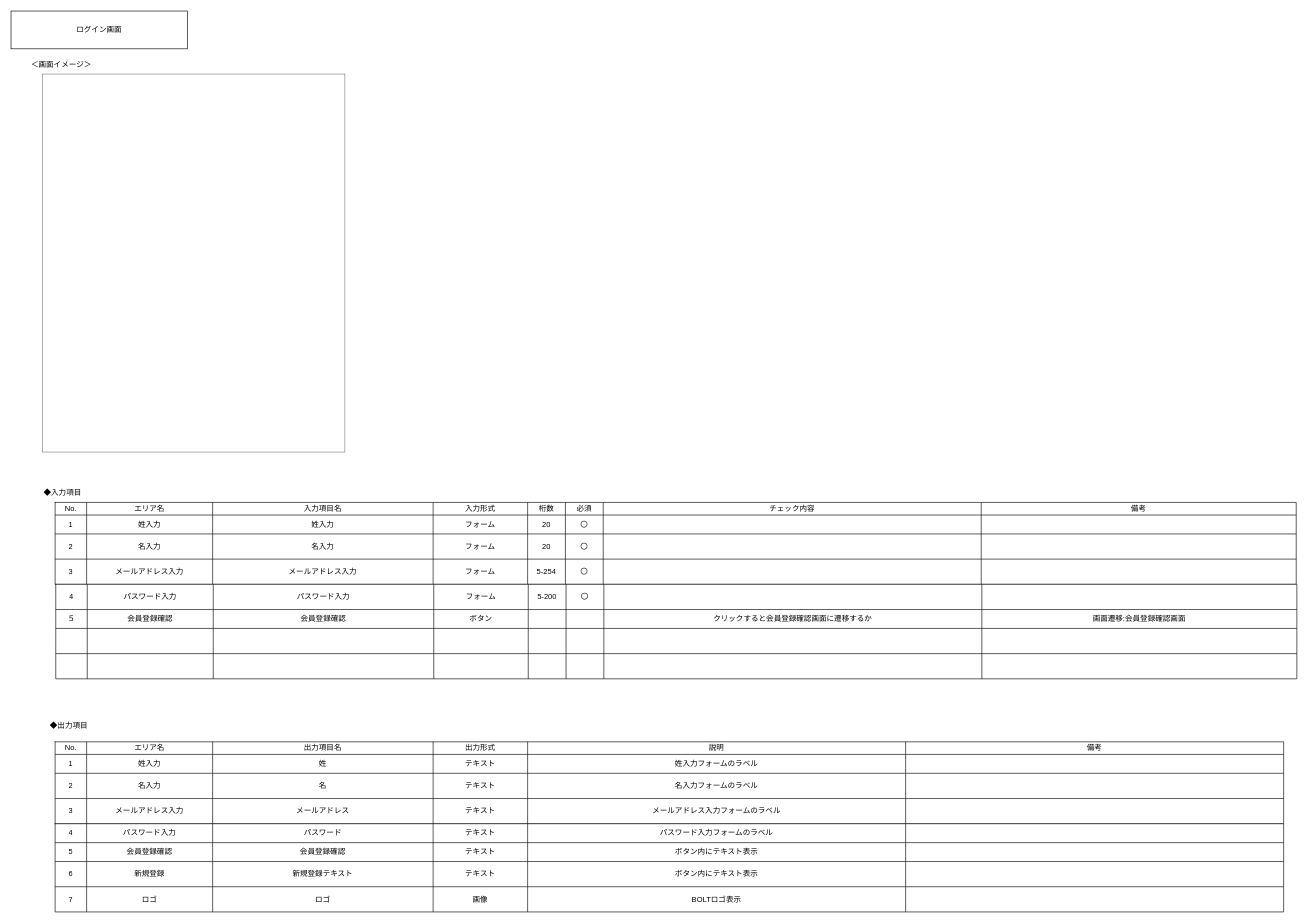
dt-torachan/lteventmanager keeps this draw.io diagram as page "会員登録画面" (3 of 4) of documents/画面設計書フォーマット.drawio. Above is the earlier version. Source tidied: cells renumbered, new cells numbered last; positions are measured from the earlier drawing's top-left corner, leaving out a move shared by most shapes. Both pictures are drawn from the tidied source at 63%, with x=0, y=0 at pixel (11, 11).
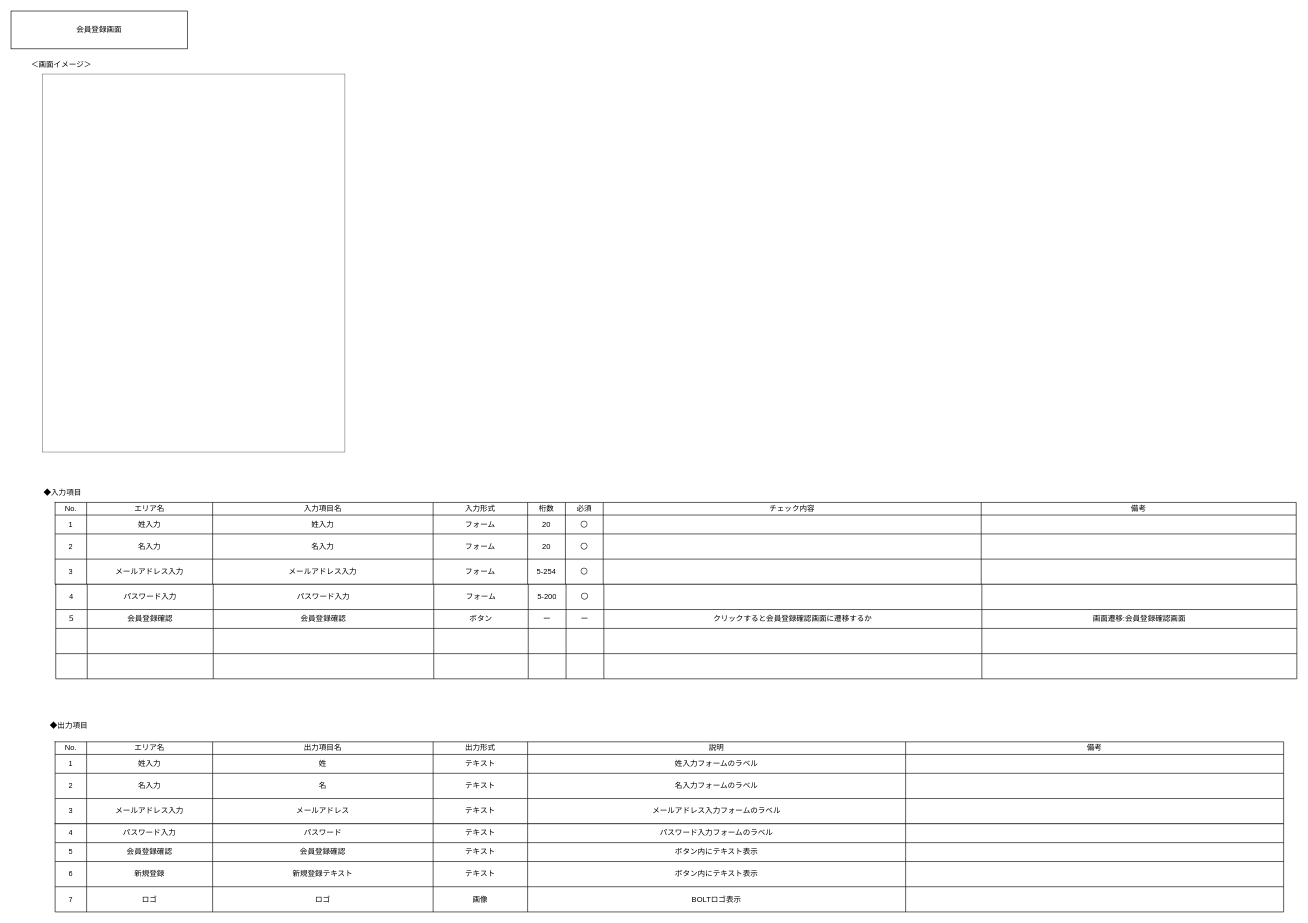
Above is the later version.

Unchanged cells that the change refers to:
```xml
<mxCell id="83" style="shape=tableRow;horizontal=0;startSize=0;swimlaneHead=0;swimlaneBody=0;strokeColor=inherit;top=0;left=0;bottom=0;right=0;fillColor=none;" parent="73" vertex="1">
  <mxGeometry y="40" width="1970" height="30" as="geometry" />
</mxCell>
```

Diff of the diagram source:
```diff
@@
-    <mxCell id="2" value="ログイン画面" style="rounded=0;whiteSpace=wrap;html=1;" parent="1" vertex="1">
+    <mxCell id="2" value="会員登録画面" style="rounded=0;whiteSpace=wrap;html=1;" parent="1" vertex="1">
       <mxGeometry width="280" height="60" as="geometry" />
     </mxCell>
@@
-    <mxCell id="88" style="shape=partialRectangle;html=1;whiteSpace=wrap;strokeColor=inherit;overflow=hidden;fillColor=none;top=0;left=0;bottom=0;right=0;" parent="83" vertex="1">
+    <mxCell id="88" value="ー" style="shape=partialRectangle;html=1;whiteSpace=wrap;strokeColor=inherit;overflow=hidden;fillColor=none;top=0;left=0;bottom=0;right=0;" parent="83" vertex="1">
       <mxGeometry x="750" width="60" height="30" as="geometry" />
     </mxCell>
-    <mxCell id="89" style="shape=partialRectangle;html=1;whiteSpace=wrap;strokeColor=inherit;overflow=hidden;fillColor=none;top=0;left=0;bottom=0;right=0;" parent="83" vertex="1">
+    <mxCell id="89" value="ー" style="shape=partialRectangle;html=1;whiteSpace=wrap;strokeColor=inherit;overflow=hidden;fillColor=none;top=0;left=0;bottom=0;right=0;" parent="83" vertex="1">
       <mxGeometry x="810" width="60" height="30" as="geometry" />
     </mxCell>
```
